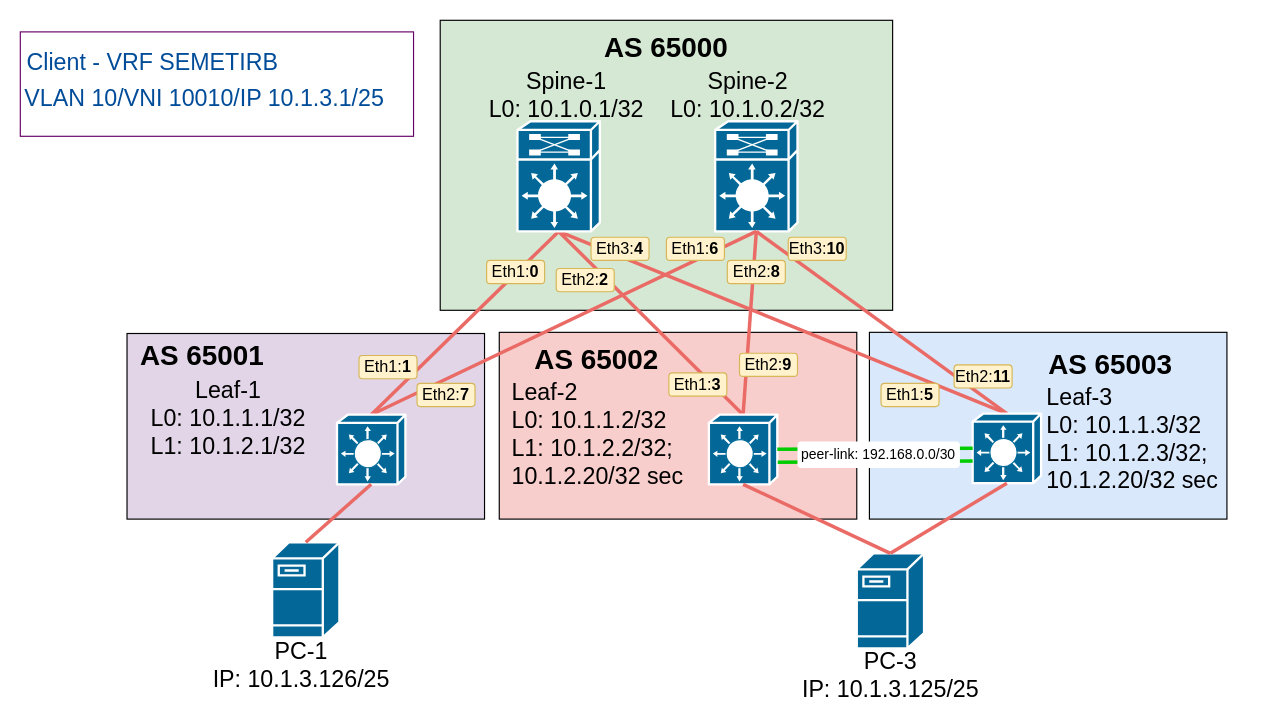
Tema-sudo/OTUS_DC_network_design keeps this draw.io diagram as lab_07/dz-7_topo_VxLAN_M-LAG.drawio. Above is the earlier version. Source tidied: cells renumbered, new cells numbered last; positions are measured from the earlier drawing's top-left corner, leaving out a move shared by most shapes. Both pictures are drawn from the tidied source at 116%, with x=0, y=0 at pixel (20, 20).
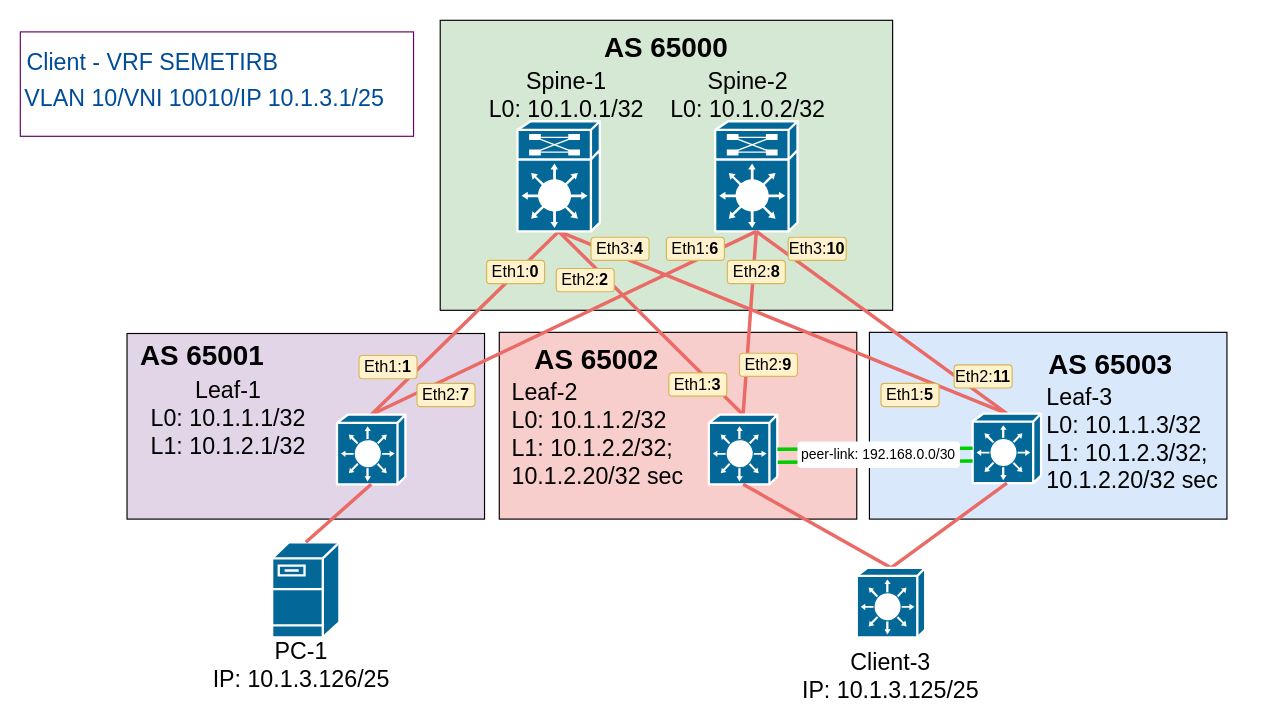
The same diagram, later.

The change refers to these unchanged cells:
```xml
<mxCell id="36" style="shape=mxgraph.cisco.switches.layer_3_switch;sketch=0;html=1;dashed=0;fillColor=#036897;strokeColor=#ffffff;strokeWidth=2;verticalLabelPosition=bottom;verticalAlign=top;align=center;outlineConnect=0;hachureGap=4;jiggle=2;curveFitting=1;fontFamily=Architects Daughter;fontSize=20;" parent="1" vertex="1">
  <mxGeometry x="593.6" y="340" width="59" height="60" as="geometry" />
</mxCell>
<mxCell id="37" style="shape=mxgraph.cisco.switches.layer_3_switch;sketch=0;html=1;dashed=0;fillColor=#036897;strokeColor=#ffffff;strokeWidth=2;verticalLabelPosition=bottom;verticalAlign=top;align=center;outlineConnect=0;hachureGap=4;jiggle=2;curveFitting=1;fontFamily=Architects Daughter;fontSize=20;" parent="1" vertex="1">
  <mxGeometry x="821" y="339" width="59" height="60" as="geometry" />
</mxCell>
```

Change to the diagram source:
```diff
@@
-    <mxCell id="39" style="shape=mxgraph.cisco.servers.fileserver;sketch=0;html=1;dashed=0;fillColor=#036897;strokeColor=#ffffff;strokeWidth=2;verticalLabelPosition=bottom;verticalAlign=top;align=center;outlineConnect=0;" parent="1" vertex="1">
-      <mxGeometry x="721.1" y="459.5" width="58" height="82" as="geometry" />
-    </mxCell>
@@
-    <mxCell id="41" style="edgeStyle=none;rounded=0;hachureGap=4;jettySize=auto;html=1;exitX=0.5;exitY=0;exitDx=0;exitDy=0;exitPerimeter=0;fontFamily=Architects Daughter;fontSize=16;strokeColor=#EA6B66;endArrow=none;endFill=0;strokeWidth=3;entryX=0.5;entryY=1;entryDx=0;entryDy=0;entryPerimeter=0;" parent="1" edge="1" source="39" target="37">
+    <mxCell id="41" style="edgeStyle=none;rounded=0;hachureGap=4;jettySize=auto;html=1;exitX=0.5;exitY=0;exitDx=0;exitDy=0;exitPerimeter=0;fontFamily=Architects Daughter;fontSize=16;strokeColor=#EA6B66;endArrow=none;endFill=0;strokeWidth=3;entryX=0.5;entryY=1;entryDx=0;entryDy=0;entryPerimeter=0;" parent="1" edge="1" source="51" target="37">
       <mxGeometry relative="1" as="geometry" />
     </mxCell>
@@
-    <mxCell id="46" style="edgeStyle=none;rounded=0;hachureGap=4;jettySize=auto;html=1;fontFamily=Architects Daughter;fontSize=16;strokeColor=#EA6B66;endArrow=none;endFill=0;strokeWidth=3;entryX=0.5;entryY=0;entryDx=0;entryDy=0;entryPerimeter=0;exitX=0.5;exitY=1;exitDx=0;exitDy=0;exitPerimeter=0;" parent="1" edge="1" source="36" target="39">
+    <mxCell id="46" style="edgeStyle=none;rounded=0;hachureGap=4;jettySize=auto;html=1;fontFamily=Architects Daughter;fontSize=16;strokeColor=#EA6B66;endArrow=none;endFill=0;strokeWidth=3;entryX=0.5;entryY=0;entryDx=0;entryDy=0;entryPerimeter=0;exitX=0.5;exitY=1;exitDx=0;exitDy=0;exitPerimeter=0;" parent="1" edge="1" source="36" target="51">
       <mxGeometry relative="1" as="geometry" />
     </mxCell>
@@
-    <mxCell id="50" value="PC-3&lt;br&gt;IP: 10.1.3.125/25" style="text;html=1;strokeColor=none;fillColor=none;align=center;verticalAlign=middle;whiteSpace=wrap;rounded=0;fontSize=20;fontFamily=Helvetica;horizontal=1;" parent="1" vertex="1">
-      <mxGeometry x="670" y="547.5" width="161" height="32.5" as="geometry" />
+    <mxCell id="50" value="Client-3&lt;br&gt;IP: 10.1.3.125/25" style="text;html=1;strokeColor=none;fillColor=none;align=center;verticalAlign=middle;whiteSpace=wrap;rounded=0;fontSize=20;fontFamily=Helvetica;horizontal=1;" parent="1" vertex="1">
+      <mxGeometry x="670" y="548.5" width="161" height="32.5" as="geometry" />
     </mxCell>
+    <mxCell id="51" style="shape=mxgraph.cisco.switches.layer_3_switch;sketch=0;html=1;dashed=0;fillColor=#036897;strokeColor=#ffffff;strokeWidth=2;verticalLabelPosition=bottom;verticalAlign=top;align=center;outlineConnect=0;hachureGap=4;jiggle=2;curveFitting=1;fontFamily=Architects Daughter;fontSize=20;" parent="1" vertex="1">
+      <mxGeometry x="721.1" y="472" width="59" height="60" as="geometry" />
+    </mxCell>
```
